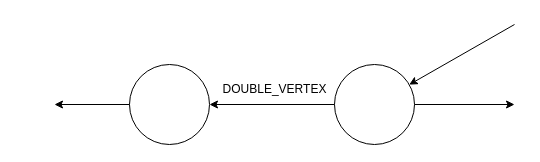
pascalreiss/draw_io_stuff keeps this draw.io diagram as graph_db/double_vertex.drawio. Above is the earlier version. Source tidied: cells renumbered, new cells numbered last; positions are measured from the earlier drawing's top-left corner, leaving out a move shared by most shapes. Both pictures are drawn from the tidied source at 100%, with x=0, y=0 at pixel (54, 24).
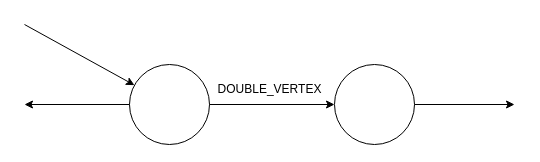
Above is the later version.

What changed in the source:
```diff
@@
 <mxGraphModel>
   <root>
     <mxCell id="0" />
     <mxCell id="1" parent="0" />
     <mxCell id="2" style="ellipse;whiteSpace=wrap;html=1;" parent="1" vertex="1">
       <mxGeometry x="75" y="40" width="80" height="80" as="geometry" />
     </mxCell>
     <mxCell id="3" style="ellipse;whiteSpace=wrap;html=1;" parent="1" vertex="1">
       <mxGeometry x="280" y="40" width="80" height="80" as="geometry" />
     </mxCell>
     <mxCell id="4" style="endArrow=classic;html=1;rounded=0;" parent="1" edge="1" source="2">
       <mxGeometry relative="1" as="geometry">
-        <mxPoint y="80" as="targetPoint" />
+        <mxPoint x="-30" y="80" as="targetPoint" />
       </mxGeometry>
     </mxCell>
-    <mxCell id="5" style="endArrow=classic;html=1;rounded=0;" parent="1" edge="1" target="3">
+    <mxCell id="5" style="endArrow=classic;html=1;rounded=0;" parent="1" edge="1" target="2">
       <mxGeometry relative="1" as="geometry">
-        <mxPoint x="460" as="sourcePoint" />
+        <mxPoint x="-30" as="sourcePoint" />
       </mxGeometry>
     </mxCell>
     <mxCell id="6" style="endArrow=classic;html=1;rounded=0;" parent="1" edge="1" source="3">
       <mxGeometry relative="1" as="geometry">
         <mxPoint x="460" y="80" as="targetPoint" />
       </mxGeometry>
     </mxCell>
-    <mxCell id="7" style="endArrow=classic;html=1;rounded=0;" parent="1" edge="1" source="3" target="2">
+    <mxCell id="7" style="endArrow=classic;html=1;rounded=0;" parent="1" edge="1" source="2" target="3">
       <mxGeometry relative="1" as="geometry" />
     </mxCell>
     <mxCell id="8" value="DOUBLE_VERTEX" style="text;html=1;align=center;verticalAlign=middle;strokeColor=none;fillColor=none;" parent="1" vertex="1">
-      <mxGeometry x="155" y="50" width="130" height="30" as="geometry" />
+      <mxGeometry x="150" y="50" width="130" height="30" as="geometry" />
     </mxCell>
   </root>
 </mxGraphModel>
```
